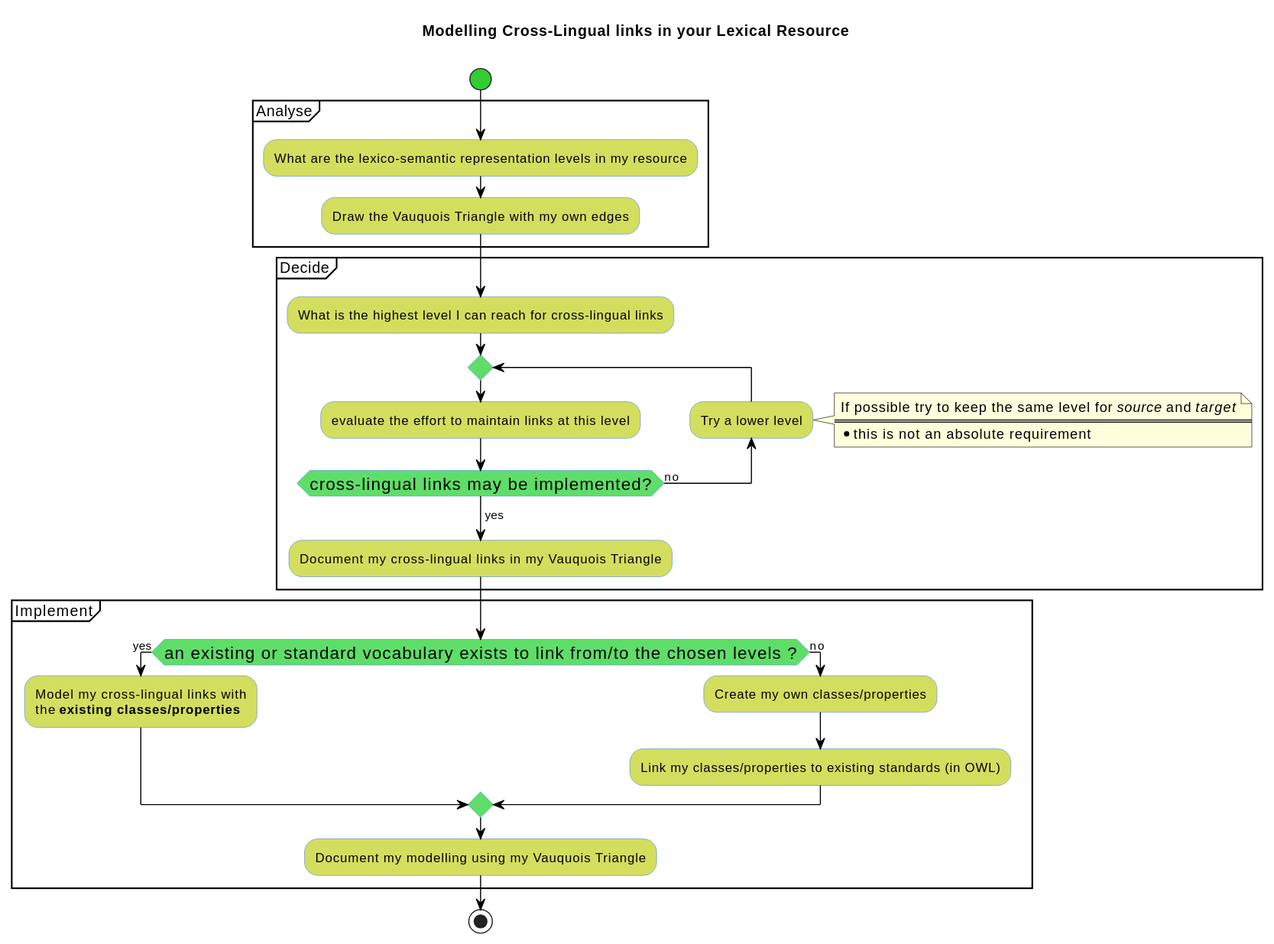
Earlier version of the PlantUML export src/flow.svg (serasset/Crosslingual_linking_report).
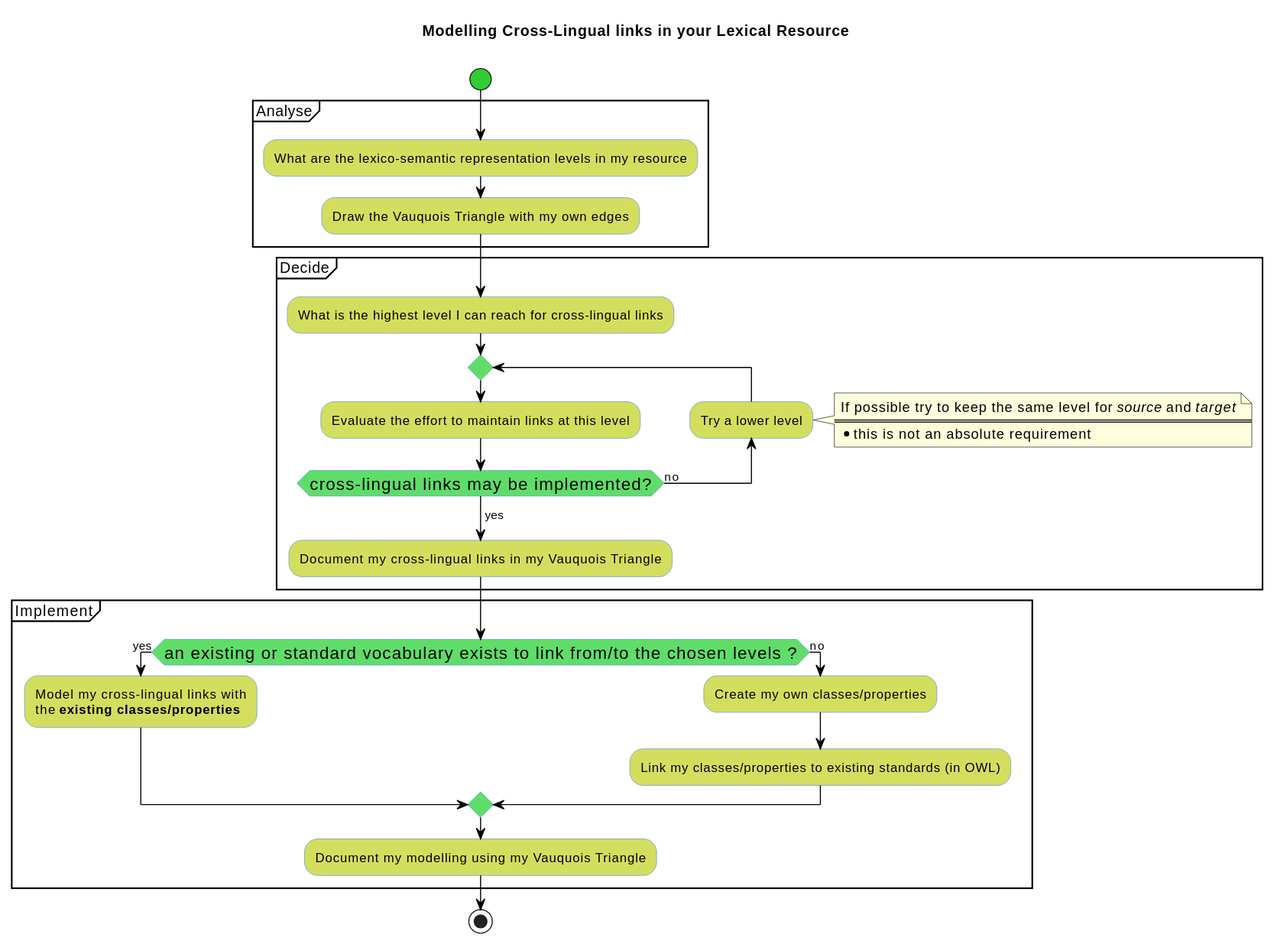
After the commit.

Commit message:
Capitalize letter in flow diagram for steps consistency

Change to the diagram source:
```diff
@@ -26,7 +26,7 @@
     :What is the highest level I can reach for cross-lingual links;
 
 repeat
-    :evaluate the effort to maintain links at this level;
+    :Evaluate the effort to maintain links at this level;
     backward:Try a lower level;
     note right
   If possible try to keep the same level for //source// and //target//
```
